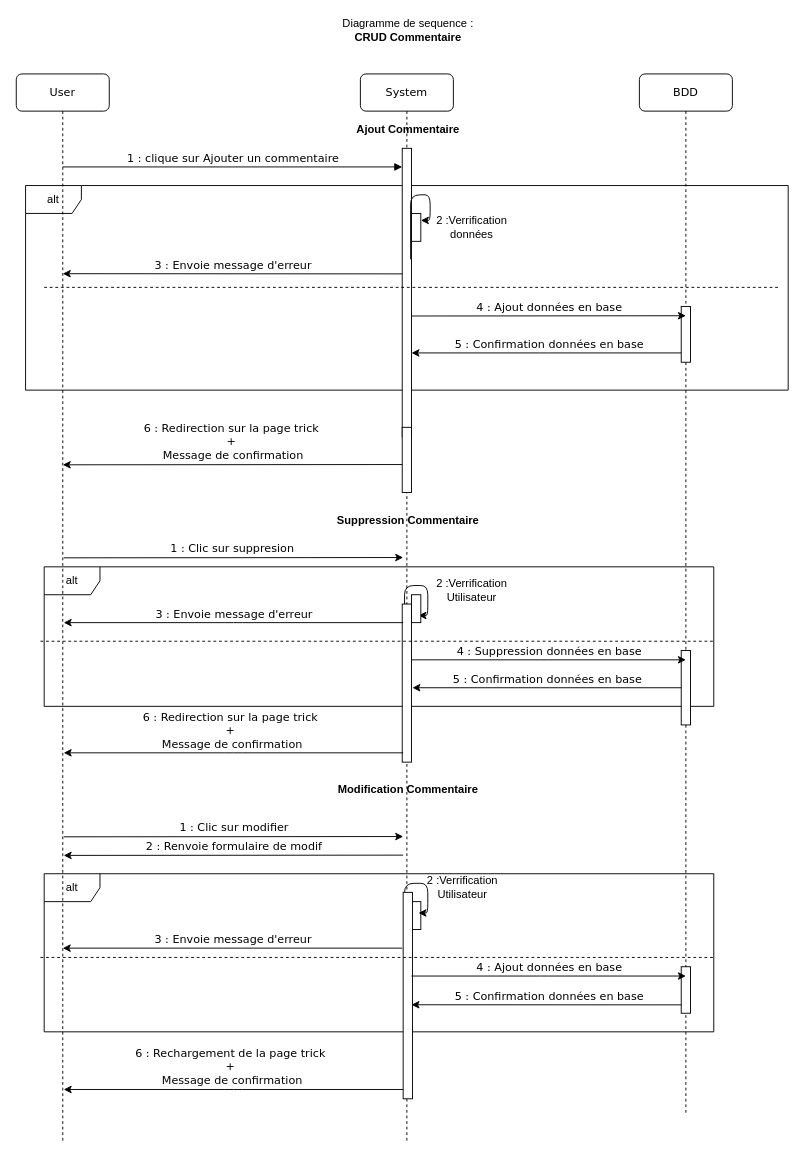
This is UMLs/Sequence/DiagrammeSequenceCRUDCommentaire.drawio from erreur4045/symfony, a draw.io file, before an edit. Source tidied: cells renumbered, new cells numbered last; positions are measured from the earlier drawing's top-left corner, leaving out a move shared by most shapes. Both pictures are drawn from the tidied source at 93%, with x=0, y=0 at pixel (16, 16).
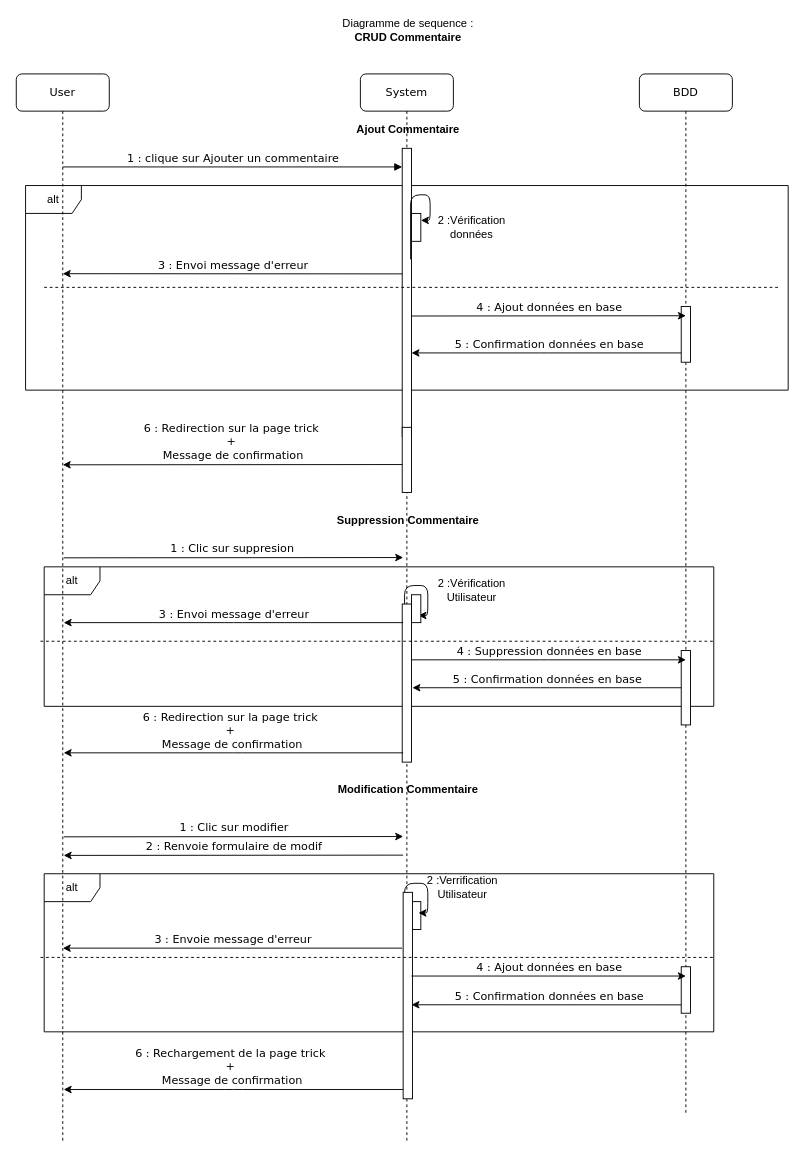
Above is the later version.

What changed in the source:
```diff
@@
-    <mxCell id="21" value="2 :Verrification données" style="text;html=1;strokeColor=none;fillColor=none;align=center;verticalAlign=middle;whiteSpace=wrap;rounded=0;" parent="1" vertex="1">
+    <mxCell id="21" value="2 :Vérification données" style="text;html=1;strokeColor=none;fillColor=none;align=center;verticalAlign=middle;whiteSpace=wrap;rounded=0;" parent="1" vertex="1">
       <mxGeometry x="450" y="212" width="80" height="30" as="geometry" />
     </mxCell>
-    <mxCell id="22" value="3 : Envoie message d'erreur" style="html=1;verticalAlign=bottom;endArrow=none;labelBackgroundColor=none;fontFamily=Verdana;fontSize=12;edgeStyle=elbowEdgeStyle;elbow=vertical;startArrow=classic;startFill=1;endFill=0;" parent="1" edge="1">
+    <mxCell id="22" value="3 : Envoi message d'erreur" style="html=1;verticalAlign=bottom;endArrow=none;labelBackgroundColor=none;fontFamily=Verdana;fontSize=12;edgeStyle=elbowEdgeStyle;elbow=vertical;startArrow=classic;startFill=1;endFill=0;" parent="1" edge="1">
       <mxGeometry relative="1" as="geometry">
         <mxPoint x="50" y="276.8" as="sourcePoint" />
         <mxPoint x="415" y="276.8" as="targetPoint" />
       </mxGeometry>
     </mxCell>
@@
-    <mxCell id="30" value="2 :Verrification Utilisateur" style="text;html=1;strokeColor=none;fillColor=none;align=center;verticalAlign=middle;whiteSpace=wrap;rounded=0;" parent="1" vertex="1">
+    <mxCell id="30" value="2 :Vérification Utilisateur" style="text;html=1;strokeColor=none;fillColor=none;align=center;verticalAlign=middle;whiteSpace=wrap;rounded=0;" parent="1" vertex="1">
       <mxGeometry x="450" y="602" width="80" height="30" as="geometry" />
     </mxCell>
-    <mxCell id="31" value="3 : Envoie message d'erreur" style="html=1;verticalAlign=bottom;endArrow=none;labelBackgroundColor=none;fontFamily=Verdana;fontSize=12;edgeStyle=elbowEdgeStyle;elbow=vertical;startArrow=classic;startFill=1;endFill=0;" parent="1" edge="1">
+    <mxCell id="31" value="3 : Envoi message d'erreur" style="html=1;verticalAlign=bottom;endArrow=none;labelBackgroundColor=none;fontFamily=Verdana;fontSize=12;edgeStyle=elbowEdgeStyle;elbow=vertical;startArrow=classic;startFill=1;endFill=0;" parent="1" edge="1">
       <mxGeometry relative="1" as="geometry">
         <mxPoint x="51" y="652" as="sourcePoint" />
         <mxPoint x="416" y="652" as="targetPoint" />
       </mxGeometry>
     </mxCell>
```
